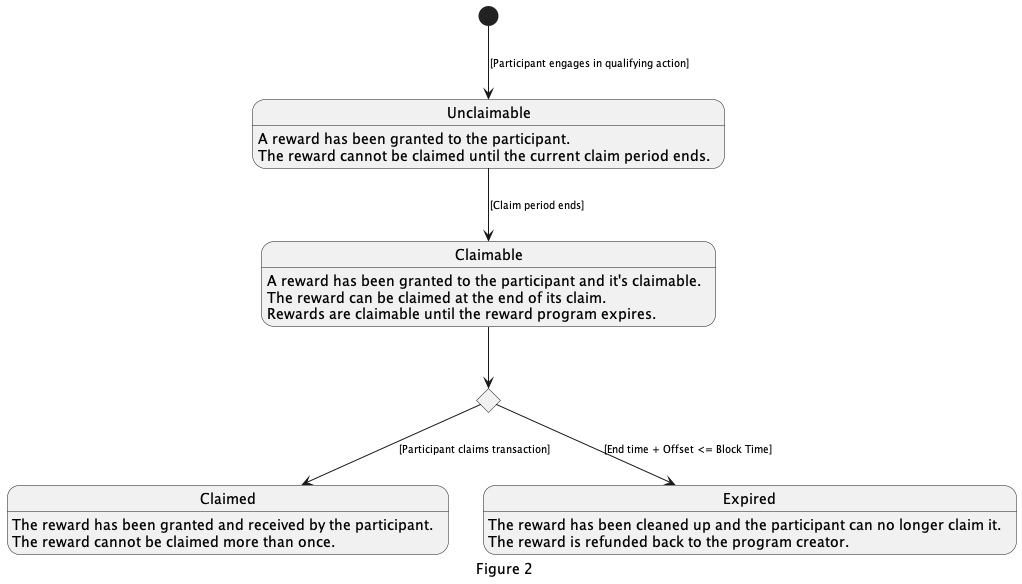
Before: x/reward/spec/diagrams/reward-claim/RewardClaim.png, a diagram exported from PlantUML (provenance-io/provenance).
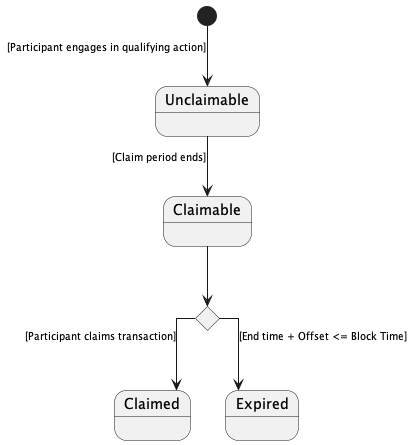
Above is the later version.

Commit message:
Updated state transition documentation for RewardsProgram.

Change to the diagram source:
```diff
@@ -4,21 +4,13 @@
         FontSize 10
     }
 </style>
-caption Figure 2
+skinparam linetype ortho
+skinparam SequenceMessageAlign center
 state c <<choice>>
-
-Unclaimable : A reward has been granted to the participant.
-Unclaimable : The reward cannot be claimed until the current claim period ends.
-
-Claimable : A reward has been granted to the participant and it's claimable.
-Claimable : The reward can be claimed at the end of its claim.
-Claimable : Rewards are claimable until the reward program expires.
-
-Claimed : The reward has been granted and received by the participant.
-Claimed : The reward cannot be claimed more than once.
-
-Expired : The reward has been cleaned up and the participant can no longer claim it.
-Expired : The reward is refunded back to the program creator.
+state Unclaimable
+state Claimable
+state Claimed
+state Expired
 
 [*] -down-> Unclaimable : [Participant engages in qualifying action]
 Unclaimable -down-> Claimable : [Claim period ends]
```
